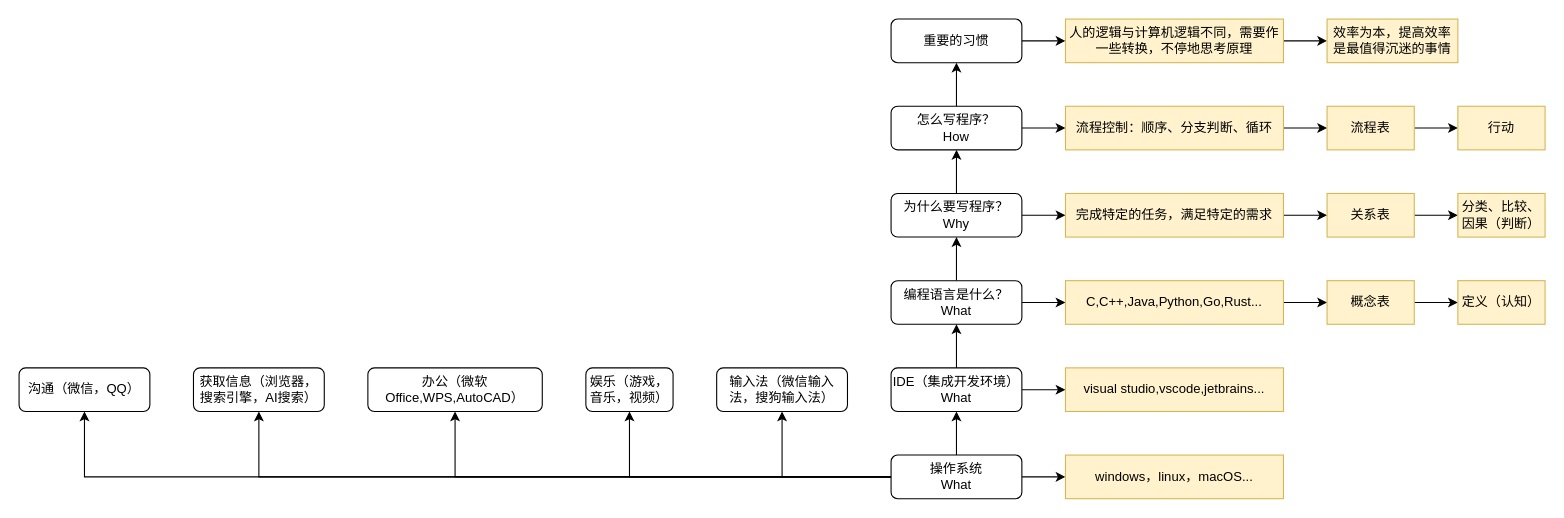
Above: 计算新手入门.drawio in yanhanfrontend/draw.io.workspace (draw.io), before the change. Source tidied: cells renumbered, new cells numbered last; positions are measured from the earlier drawing's top-left corner, leaving out a move shared by most shapes. Both pictures are drawn from the tidied source at 109%, with x=0, y=0 at pixel (19, 19).
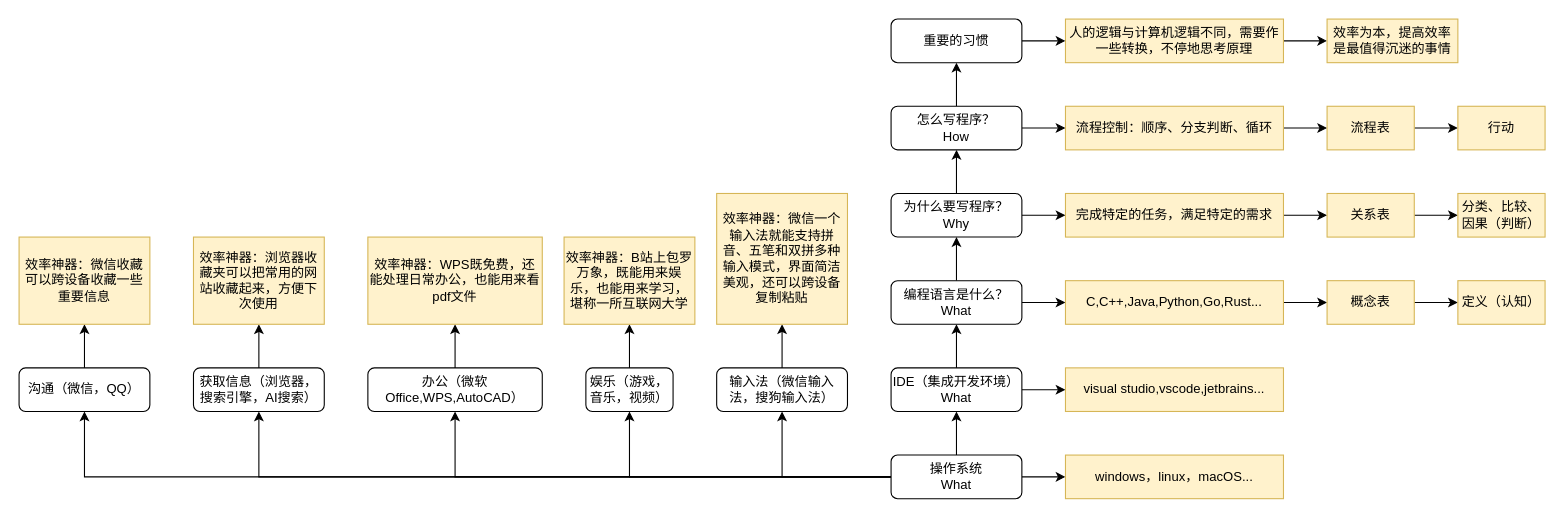
The same page after the edit.

Commit message (it also covers changes not shown here):
更新计算新手入门.drawio

The change refers to these unchanged cells:
```xml
<mxCell id="36" value="沟通（微信，QQ）" style="rounded=1;whiteSpace=wrap;html=1;" parent="1" vertex="1">
  <mxGeometry y="320" width="120" height="40" as="geometry" />
</mxCell>
<mxCell id="37" value="获取信息（浏览器，搜索引擎，AI搜索）" style="rounded=1;whiteSpace=wrap;html=1;" parent="1" vertex="1">
  <mxGeometry x="160" y="320" width="120" height="40" as="geometry" />
</mxCell>
<mxCell id="38" value="娱乐（游戏，音乐，视频）" style="rounded=1;whiteSpace=wrap;html=1;" parent="1" vertex="1">
  <mxGeometry x="520" y="320" width="80" height="40" as="geometry" />
</mxCell>
<mxCell id="39" value="办公（微软Office,WPS,AutoCAD）" style="rounded=1;whiteSpace=wrap;html=1;" parent="1" vertex="1">
  <mxGeometry x="320" y="320" width="160" height="40" as="geometry" />
</mxCell>
<mxCell id="40" value="输入法（微信输入法，搜狗输入法）" style="rounded=1;whiteSpace=wrap;html=1;" parent="1" vertex="1">
  <mxGeometry x="640" y="320" width="120" height="40" as="geometry" />
</mxCell>
```

Change to the diagram source:
```diff
@@
+    <mxCell id="49" style="edgeStyle=orthogonalEdgeStyle;rounded=0;jettySize=auto;html=1;" parent="1" edge="1" source="36" target="56">
+      <mxGeometry relative="1" as="geometry" />
+    </mxCell>
@@
+    <mxCell id="50" style="edgeStyle=orthogonalEdgeStyle;rounded=0;jettySize=auto;html=1;" parent="1" edge="1" source="37" target="55">
+      <mxGeometry relative="1" as="geometry" />
+    </mxCell>
@@
+    <mxCell id="51" style="edgeStyle=orthogonalEdgeStyle;rounded=0;jettySize=auto;html=1;" parent="1" edge="1" source="38" target="57">
+      <mxGeometry relative="1" as="geometry" />
+    </mxCell>
@@
+    <mxCell id="52" style="edgeStyle=orthogonalEdgeStyle;rounded=0;jettySize=auto;html=1;" parent="1" edge="1" source="39" target="54">
+      <mxGeometry relative="1" as="geometry" />
+    </mxCell>
@@
+    <mxCell id="53" style="edgeStyle=orthogonalEdgeStyle;rounded=0;jettySize=auto;html=1;" parent="1" edge="1" source="40" target="58">
+      <mxGeometry relative="1" as="geometry" />
+    </mxCell>
@@
+    <mxCell id="54" value="效率神器：WPS既免费，还能处理日常办公，也能用来看pdf文件" style="text;html=1;align=center;verticalAlign=middle;whiteSpace=wrap;rounded=0;fillColor=#fff2cc;strokeColor=#d6b656;" parent="1" vertex="1">
+      <mxGeometry x="320" y="200" width="160" height="80" as="geometry" />
+    </mxCell>
+    <mxCell id="55" value="效率神器：浏览器收藏夹可以把常用的网站收藏起来，方便下次使用" style="text;html=1;align=center;verticalAlign=middle;whiteSpace=wrap;rounded=0;fillColor=#fff2cc;strokeColor=#d6b656;" parent="1" vertex="1">
+      <mxGeometry x="160" y="200" width="120" height="80" as="geometry" />
+    </mxCell>
+    <mxCell id="56" value="效率神器：微信收藏可以跨设备收藏一些重要信息" style="text;html=1;align=center;verticalAlign=middle;whiteSpace=wrap;rounded=0;fillColor=#fff2cc;strokeColor=#d6b656;" parent="1" vertex="1">
+      <mxGeometry y="200" width="120" height="80" as="geometry" />
+    </mxCell>
+    <mxCell id="57" value="效率神器：B站上包罗万象，既能用来娱乐，也能用来学习，堪称一所互联网大学" style="text;html=1;align=center;verticalAlign=middle;whiteSpace=wrap;rounded=0;fillColor=#fff2cc;strokeColor=#d6b656;" parent="1" vertex="1">
+      <mxGeometry x="500" y="200" width="120" height="80" as="geometry" />
+    </mxCell>
+    <mxCell id="58" value="效率神器：微信一个输入法就能支持拼音、五笔和双拼多种输入模式，界面简洁美观，还可以跨设备复制粘贴" style="text;html=1;align=center;verticalAlign=middle;whiteSpace=wrap;rounded=0;fillColor=#fff2cc;strokeColor=#d6b656;" parent="1" vertex="1">
+      <mxGeometry x="640" y="160" width="120" height="120" as="geometry" />
+    </mxCell>
```
